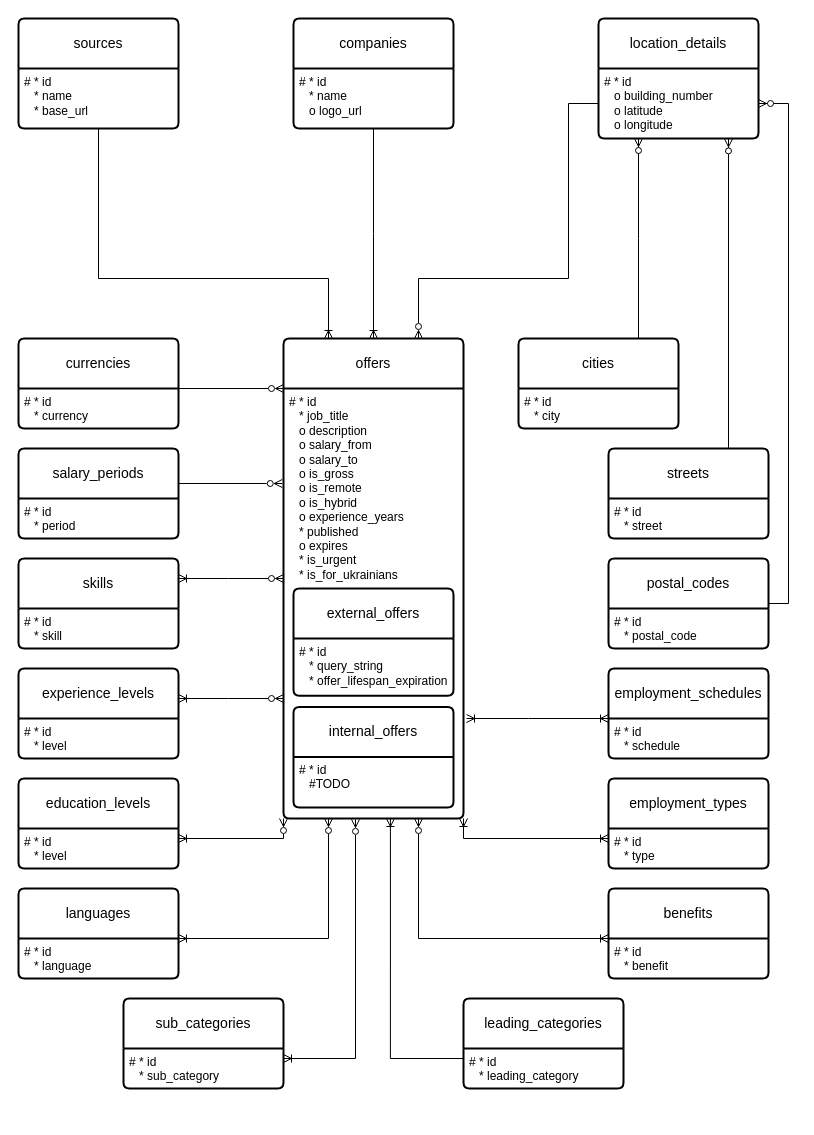
gawlowskiandrzej/StudentWorkHub keeps this draw.io diagram as diagrams/source/logical_ERD_schema_v1_1.drawio. Above is the earlier version. Source tidied: cells renumbered, new cells numbered last; positions are measured from the earlier drawing's top-left corner, leaving out a move shared by most shapes. Both pictures are drawn from the tidied source at 100%, with x=0, y=0 at pixel (18, 18).
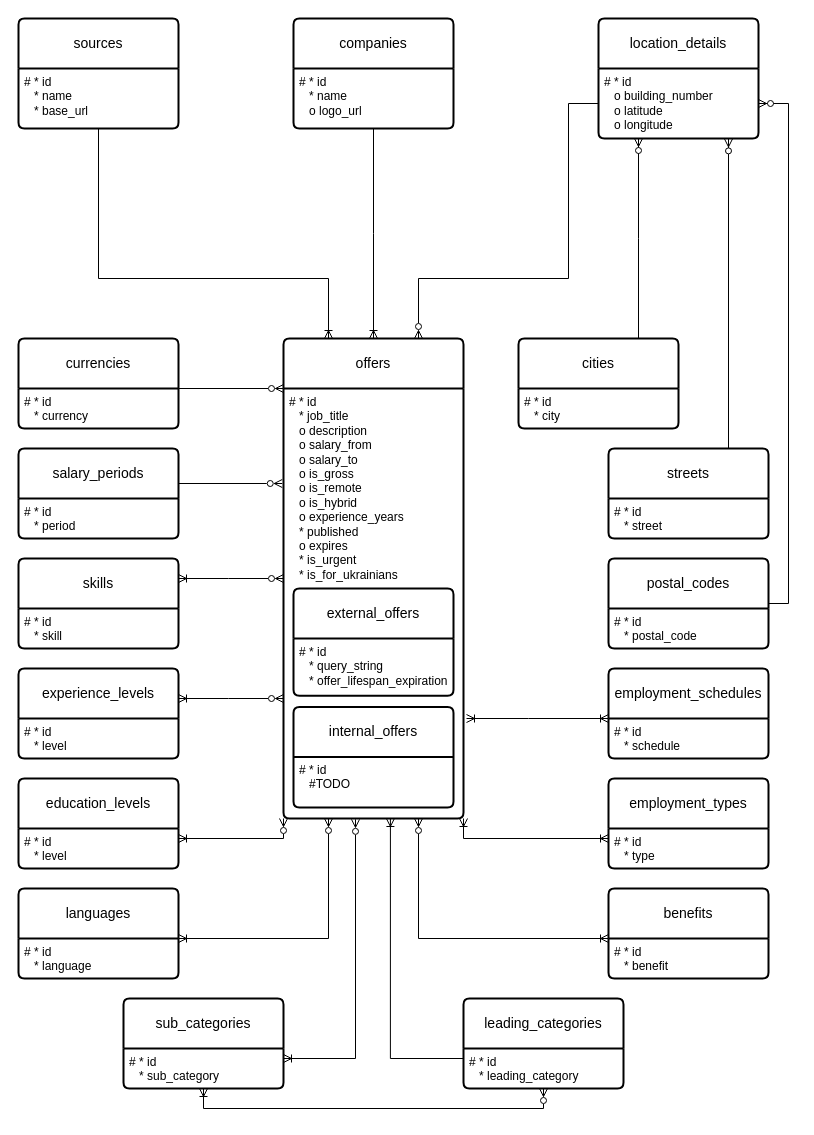
Above is the later version.

Commit message (it also covers changes not shown here):
Update logical database schema

The change refers to these unchanged cells:
```xml
<mxCell id="55" value="# * id&lt;br&gt;&amp;nbsp; &amp;nbsp;* leading_category" style="align=left;strokeColor=none;fillColor=none;spacingLeft=4;spacingRight=4;fontSize=12;verticalAlign=top;html=1;whiteSpace=wrap;" parent="54" vertex="1">
  <mxGeometry y="50" width="160" height="40" as="geometry" />
</mxCell>
<mxCell id="57" value="# * id&lt;br&gt;&amp;nbsp; &amp;nbsp;* sub_category" style="align=left;strokeColor=none;fillColor=none;spacingLeft=4;spacingRight=4;fontSize=12;verticalAlign=top;html=1;whiteSpace=wrap;" parent="56" vertex="1">
  <mxGeometry y="50" width="160" height="40" as="geometry" />
</mxCell>
```

What changed in the source:
```diff
@@
+    <mxCell id="60" style="edgeStyle=orthogonalEdgeStyle;rounded=0;jettySize=auto;html=1;exitX=0.5;exitY=1;exitDx=0;exitDy=0;entryX=0.5;entryY=1;entryDx=0;entryDy=0;startArrow=ERoneToMany;startFill=0;endArrow=ERzeroToMany;endFill=0;" parent="1" edge="1" source="57" target="55">
+      <mxGeometry relative="1" as="geometry" />
+    </mxCell>
```
